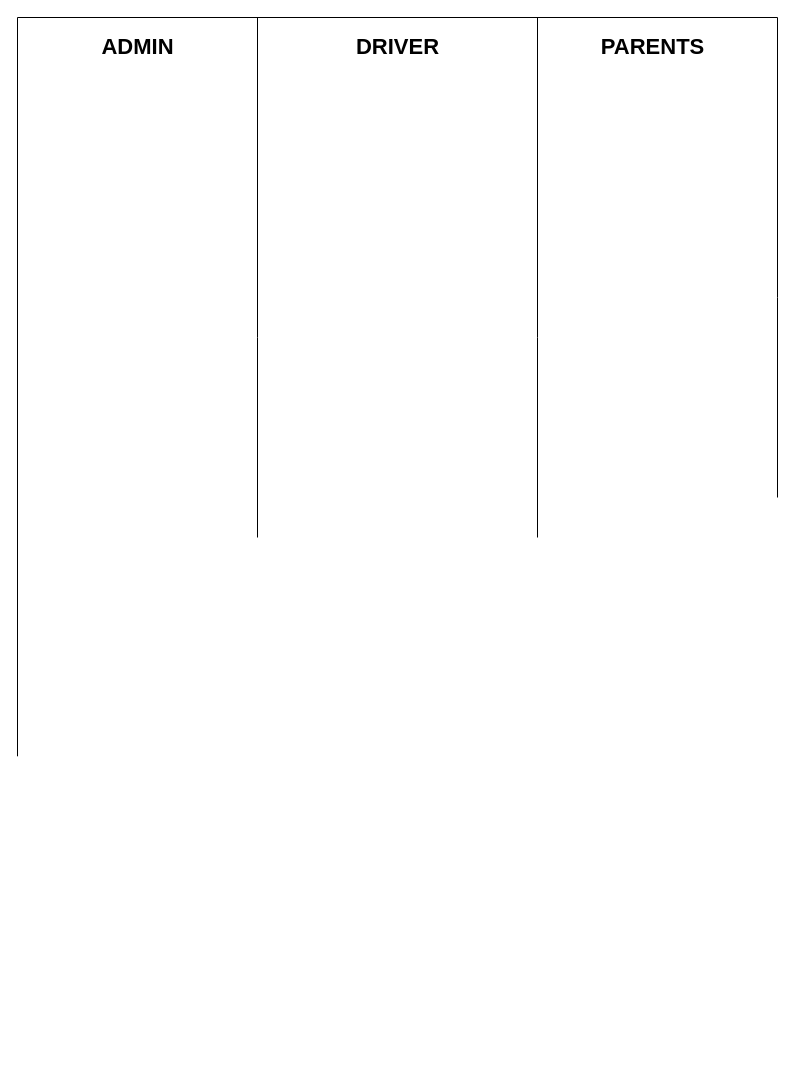
The draw.io diagram Untitled Diagram.drawio in PankaKushwaha/Diagram-, before the edit. Source tidied: cells renumbered, new cells numbered last; positions are measured from the earlier drawing's top-left corner, leaving out a move shared by most shapes. Both pictures are drawn from the tidied source at 100%, with x=0, y=0 at pixel (17, 17).
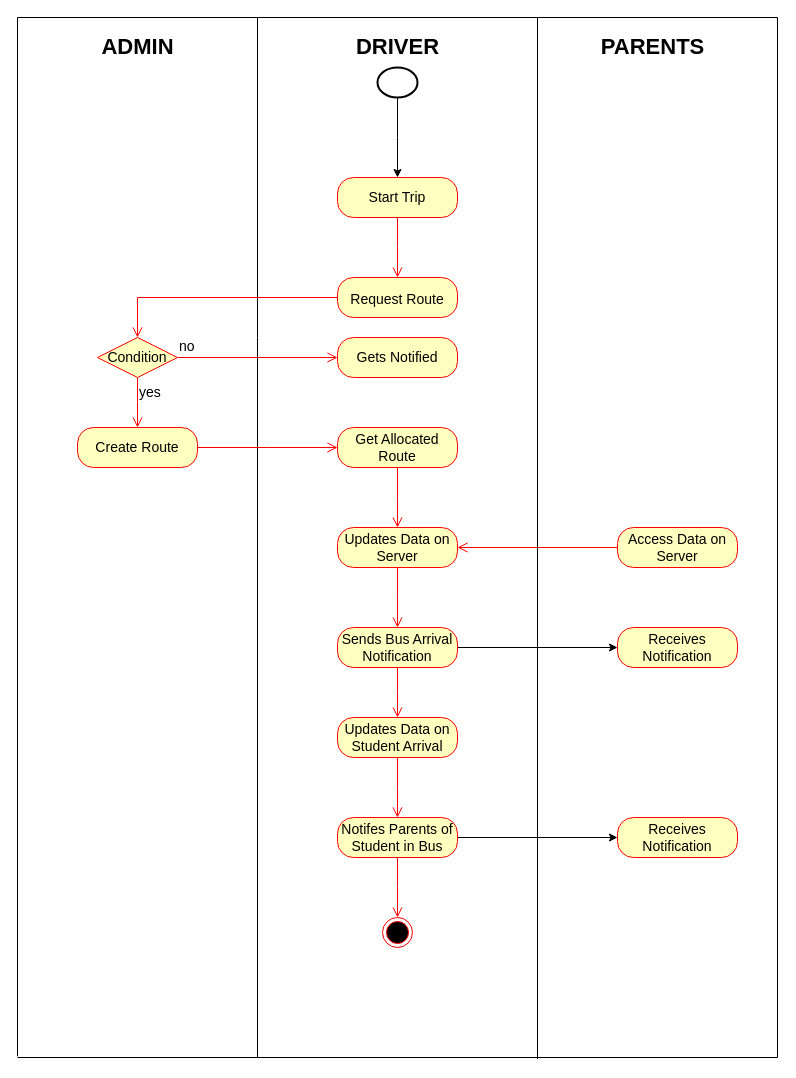
Above is the later version.

Commit message:
Activity Diagram

The edit, as a diff of the source:
```diff
@@
     <mxCell id="2" style="endArrow=none;html=1;rounded=0;" parent="1" edge="1">
       <mxGeometry relative="1" as="geometry">
-        <mxPoint x="240" y="520" as="sourcePoint" />
+        <mxPoint x="240" y="1040" as="sourcePoint" />
         <mxPoint x="240" as="targetPoint" />
         <Array as="points">
           <mxPoint x="240" y="320" />
         </Array>
       </mxGeometry>
     </mxCell>
-    <mxCell id="3" style="endArrow=none;html=1;rounded=0;" parent="1" edge="1">
-      <mxGeometry relative="1" as="geometry">
-        <mxPoint x="520" y="520" as="sourcePoint" />
-        <mxPoint x="520" as="targetPoint" />
-        <Array as="points">
-          <mxPoint x="520" y="320" />
-        </Array>
-      </mxGeometry>
-    </mxCell>
     <mxCell id="4" style="endArrow=none;html=1;rounded=0;" parent="1" edge="1">
       <mxGeometry relative="1" as="geometry">
-        <mxPoint y="738.8" as="sourcePoint" />
+        <mxPoint y="1038.8" as="sourcePoint" />
         <mxPoint as="targetPoint" />
       </mxGeometry>
     </mxCell>
@@
     <mxCell id="6" style="endArrow=none;html=1;rounded=0;" parent="1" edge="1">
       <mxGeometry relative="1" as="geometry">
-        <mxPoint x="760" y="480" as="sourcePoint" />
+        <mxPoint x="760" y="1040" as="sourcePoint" />
         <mxPoint x="760" as="targetPoint" />
-        <Array as="points">
-          <mxPoint x="760" y="280" />
-        </Array>
       </mxGeometry>
     </mxCell>
@@
+    <mxCell id="10" style="edgeStyle=orthogonalEdgeStyle;rounded=0;jettySize=auto;html=1;fontSize=22;" parent="1" edge="1" source="11">
+      <mxGeometry relative="1" as="geometry">
+        <mxPoint x="380" y="160" as="targetPoint" />
+      </mxGeometry>
+    </mxCell>
+    <mxCell id="11" style="strokeWidth=2;html=1;shape=mxgraph.flowchart.start_2;whiteSpace=wrap;fontSize=22;" parent="1" vertex="1">
+      <mxGeometry x="360" y="50" width="40" height="30" as="geometry" />
+    </mxCell>
+    <mxCell id="12" value="&lt;font style=&quot;font-size: 14px;&quot;&gt;Request Route&lt;/font&gt;" style="rounded=1;whiteSpace=wrap;html=1;arcSize=40;fontColor=#000000;fillColor=#ffffc0;strokeColor=#ff0000;fontSize=22;" parent="1" vertex="1">
+      <mxGeometry x="320" y="260" width="120" height="40" as="geometry" />
+    </mxCell>
+    <mxCell id="13" style="edgeStyle=orthogonalEdgeStyle;html=1;verticalAlign=bottom;endArrow=open;endSize=8;strokeColor=#ff0000;rounded=0;fontSize=22;entryX=0.5;entryY=0;entryDx=0;entryDy=0;" parent="1" edge="1" source="12" target="16">
+      <mxGeometry relative="1" as="geometry" />
+    </mxCell>
+    <mxCell id="14" value="Start Trip" style="rounded=1;whiteSpace=wrap;html=1;arcSize=40;fontColor=#000000;fillColor=#ffffc0;strokeColor=#ff0000;fontSize=14;" parent="1" vertex="1">
+      <mxGeometry x="320" y="160" width="120" height="40" as="geometry" />
+    </mxCell>
+    <mxCell id="15" style="edgeStyle=orthogonalEdgeStyle;html=1;verticalAlign=bottom;endArrow=open;endSize=8;strokeColor=#ff0000;rounded=0;fontSize=14;" parent="1" edge="1" source="14">
+      <mxGeometry relative="1" as="geometry">
+        <mxPoint x="380" y="260" as="targetPoint" />
+      </mxGeometry>
+    </mxCell>
+    <mxCell id="16" value="Condition" style="rhombus;whiteSpace=wrap;html=1;fillColor=#ffffc0;strokeColor=#ff0000;fontSize=14;" parent="1" vertex="1">
+      <mxGeometry x="80" y="320" width="80" height="40" as="geometry" />
+    </mxCell>
+    <mxCell id="17" value="no" style="edgeStyle=orthogonalEdgeStyle;html=1;align=left;verticalAlign=bottom;endArrow=open;endSize=8;strokeColor=#ff0000;rounded=0;fontSize=14;" parent="1" edge="1" source="16">
+      <mxGeometry x="-1" relative="1" as="geometry">
+        <mxPoint x="320" y="340" as="targetPoint" />
+      </mxGeometry>
+    </mxCell>
+    <mxCell id="18" value="yes" style="edgeStyle=orthogonalEdgeStyle;html=1;align=left;verticalAlign=top;endArrow=open;endSize=8;strokeColor=#ff0000;rounded=0;fontSize=14;" parent="1" edge="1" source="16">
+      <mxGeometry x="-1" relative="1" as="geometry">
+        <mxPoint x="120" y="410" as="targetPoint" />
+      </mxGeometry>
+    </mxCell>
+    <mxCell id="19" value="Gets Notified" style="rounded=1;whiteSpace=wrap;html=1;arcSize=40;fontColor=#000000;fillColor=#ffffc0;strokeColor=#ff0000;fontSize=14;" parent="1" vertex="1">
+      <mxGeometry x="320" y="320" width="120" height="40" as="geometry" />
+    </mxCell>
+    <mxCell id="20" value="Create Route" style="rounded=1;whiteSpace=wrap;html=1;arcSize=40;fontColor=#000000;fillColor=#ffffc0;strokeColor=#ff0000;fontSize=14;" parent="1" vertex="1">
+      <mxGeometry x="60" y="410" width="120" height="40" as="geometry" />
+    </mxCell>
+    <mxCell id="21" style="edgeStyle=orthogonalEdgeStyle;html=1;verticalAlign=bottom;endArrow=open;endSize=8;strokeColor=#ff0000;rounded=0;fontSize=14;" parent="1" edge="1" source="20">
+      <mxGeometry relative="1" as="geometry">
+        <mxPoint x="320" y="430" as="targetPoint" />
+      </mxGeometry>
+    </mxCell>
+    <mxCell id="22" value="Get Allocated Route" style="rounded=1;whiteSpace=wrap;html=1;arcSize=40;fontColor=#000000;fillColor=#ffffc0;strokeColor=#ff0000;fontSize=14;" parent="1" vertex="1">
+      <mxGeometry x="320" y="410" width="120" height="40" as="geometry" />
+    </mxCell>
+    <mxCell id="23" style="edgeStyle=orthogonalEdgeStyle;html=1;verticalAlign=bottom;endArrow=open;endSize=8;strokeColor=#ff0000;rounded=0;fontSize=14;" parent="1" edge="1" source="22">
+      <mxGeometry relative="1" as="geometry">
+        <mxPoint x="380" y="510" as="targetPoint" />
+      </mxGeometry>
+    </mxCell>
+    <mxCell id="24" value="Updates Data on Server" style="rounded=1;whiteSpace=wrap;html=1;arcSize=40;fontColor=#000000;fillColor=#ffffc0;strokeColor=#ff0000;fontSize=14;" parent="1" vertex="1">
+      <mxGeometry x="320" y="510" width="120" height="40" as="geometry" />
+    </mxCell>
+    <mxCell id="25" style="edgeStyle=orthogonalEdgeStyle;html=1;verticalAlign=bottom;endArrow=open;endSize=8;strokeColor=#ff0000;rounded=0;fontSize=14;" parent="1" edge="1" source="24">
+      <mxGeometry relative="1" as="geometry">
+        <mxPoint x="380" y="610" as="targetPoint" />
+      </mxGeometry>
+    </mxCell>
+    <mxCell id="26" value="Access Data on Server" style="rounded=1;whiteSpace=wrap;html=1;arcSize=40;fontColor=#000000;fillColor=#ffffc0;strokeColor=#ff0000;fontSize=14;" parent="1" vertex="1">
+      <mxGeometry x="600" y="510" width="120" height="40" as="geometry" />
+    </mxCell>
+    <mxCell id="27" style="edgeStyle=orthogonalEdgeStyle;html=1;verticalAlign=bottom;endArrow=open;endSize=8;strokeColor=#ff0000;rounded=0;fontSize=14;entryX=1;entryY=0.5;entryDx=0;entryDy=0;" parent="1" edge="1" source="26" target="24">
+      <mxGeometry relative="1" as="geometry" />
+    </mxCell>
+    <mxCell id="28" style="edgeStyle=orthogonalEdgeStyle;rounded=0;jettySize=auto;html=1;exitX=1;exitY=0.5;exitDx=0;exitDy=0;entryX=0;entryY=0.5;entryDx=0;entryDy=0;fontSize=14;" parent="1" edge="1" source="29" target="31">
+      <mxGeometry relative="1" as="geometry" />
+    </mxCell>
+    <mxCell id="29" value="Sends Bus Arrival Notification" style="rounded=1;whiteSpace=wrap;html=1;arcSize=40;fontColor=#000000;fillColor=#ffffc0;strokeColor=#ff0000;fontSize=14;" parent="1" vertex="1">
+      <mxGeometry x="320" y="610" width="120" height="40" as="geometry" />
+    </mxCell>
+    <mxCell id="30" style="edgeStyle=orthogonalEdgeStyle;html=1;verticalAlign=bottom;endArrow=open;endSize=8;strokeColor=#ff0000;rounded=0;fontSize=14;" parent="1" edge="1" source="29">
+      <mxGeometry relative="1" as="geometry">
+        <mxPoint x="380" y="700" as="targetPoint" />
+      </mxGeometry>
+    </mxCell>
+    <mxCell id="31" value="Receives Notification" style="rounded=1;whiteSpace=wrap;html=1;arcSize=40;fontColor=#000000;fillColor=#ffffc0;strokeColor=#ff0000;fontSize=14;" parent="1" vertex="1">
+      <mxGeometry x="600" y="610" width="120" height="40" as="geometry" />
+    </mxCell>
+    <mxCell id="32" value="Updates Data on Student Arrival" style="rounded=1;whiteSpace=wrap;html=1;arcSize=40;fontColor=#000000;fillColor=#ffffc0;strokeColor=#ff0000;fontSize=14;" parent="1" vertex="1">
+      <mxGeometry x="320" y="700" width="120" height="40" as="geometry" />
+    </mxCell>
+    <mxCell id="33" style="edgeStyle=orthogonalEdgeStyle;html=1;verticalAlign=bottom;endArrow=open;endSize=8;strokeColor=#ff0000;rounded=0;fontSize=14;" parent="1" edge="1" source="32">
+      <mxGeometry relative="1" as="geometry">
+        <mxPoint x="380" y="800" as="targetPoint" />
+      </mxGeometry>
+    </mxCell>
+    <mxCell id="34" style="edgeStyle=orthogonalEdgeStyle;rounded=0;jettySize=auto;html=1;entryX=0;entryY=0.5;entryDx=0;entryDy=0;fontSize=14;" parent="1" edge="1" source="35" target="37">
+      <mxGeometry relative="1" as="geometry" />
+    </mxCell>
+    <mxCell id="35" value="Notifes Parents of Student in Bus" style="rounded=1;whiteSpace=wrap;html=1;arcSize=40;fontColor=#000000;fillColor=#ffffc0;strokeColor=#ff0000;fontSize=14;" parent="1" vertex="1">
+      <mxGeometry x="320" y="800" width="120" height="40" as="geometry" />
+    </mxCell>
+    <mxCell id="36" style="edgeStyle=orthogonalEdgeStyle;html=1;verticalAlign=bottom;endArrow=open;endSize=8;strokeColor=#ff0000;rounded=0;fontSize=14;" parent="1" edge="1" source="35">
+      <mxGeometry relative="1" as="geometry">
+        <mxPoint x="380" y="900" as="targetPoint" />
+      </mxGeometry>
+    </mxCell>
+    <mxCell id="37" value="Receives Notification" style="rounded=1;whiteSpace=wrap;html=1;arcSize=40;fontColor=#000000;fillColor=#ffffc0;strokeColor=#ff0000;fontSize=14;" parent="1" vertex="1">
+      <mxGeometry x="600" y="800" width="120" height="40" as="geometry" />
+    </mxCell>
+    <mxCell id="38" style="ellipse;html=1;shape=endState;fillColor=#000000;strokeColor=#ff0000;fontSize=14;" parent="1" vertex="1">
+      <mxGeometry x="365" y="900" width="30" height="30" as="geometry" />
+    </mxCell>
+    <mxCell id="39" style="endArrow=none;html=1;rounded=0;fontSize=14;" parent="1" edge="1">
+      <mxGeometry relative="1" as="geometry">
+        <mxPoint x="520" y="1041.6" as="sourcePoint" />
+        <mxPoint x="520" as="targetPoint" />
+      </mxGeometry>
+    </mxCell>
+    <mxCell id="40" style="endArrow=none;html=1;rounded=0;fontSize=14;" parent="1" edge="1">
+      <mxGeometry relative="1" as="geometry">
+        <mxPoint y="1040" as="sourcePoint" />
+        <mxPoint x="760" y="1040" as="targetPoint" />
+      </mxGeometry>
+    </mxCell>
```
